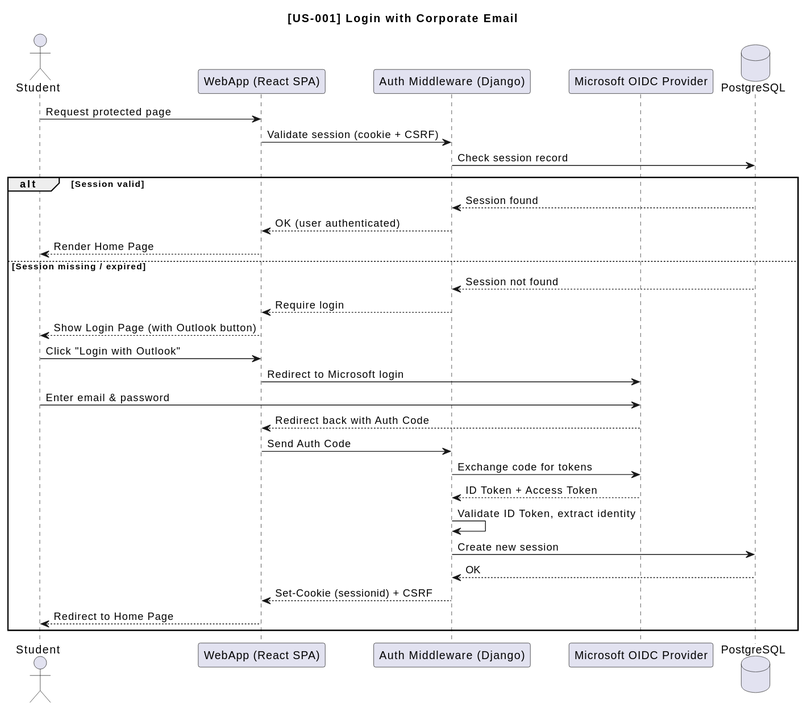
The PlantUML diagram docs/architecture/uml/sequence-us001-login.svg in ukma-cs-ssdm-2025/rate-ukma, before a commit.
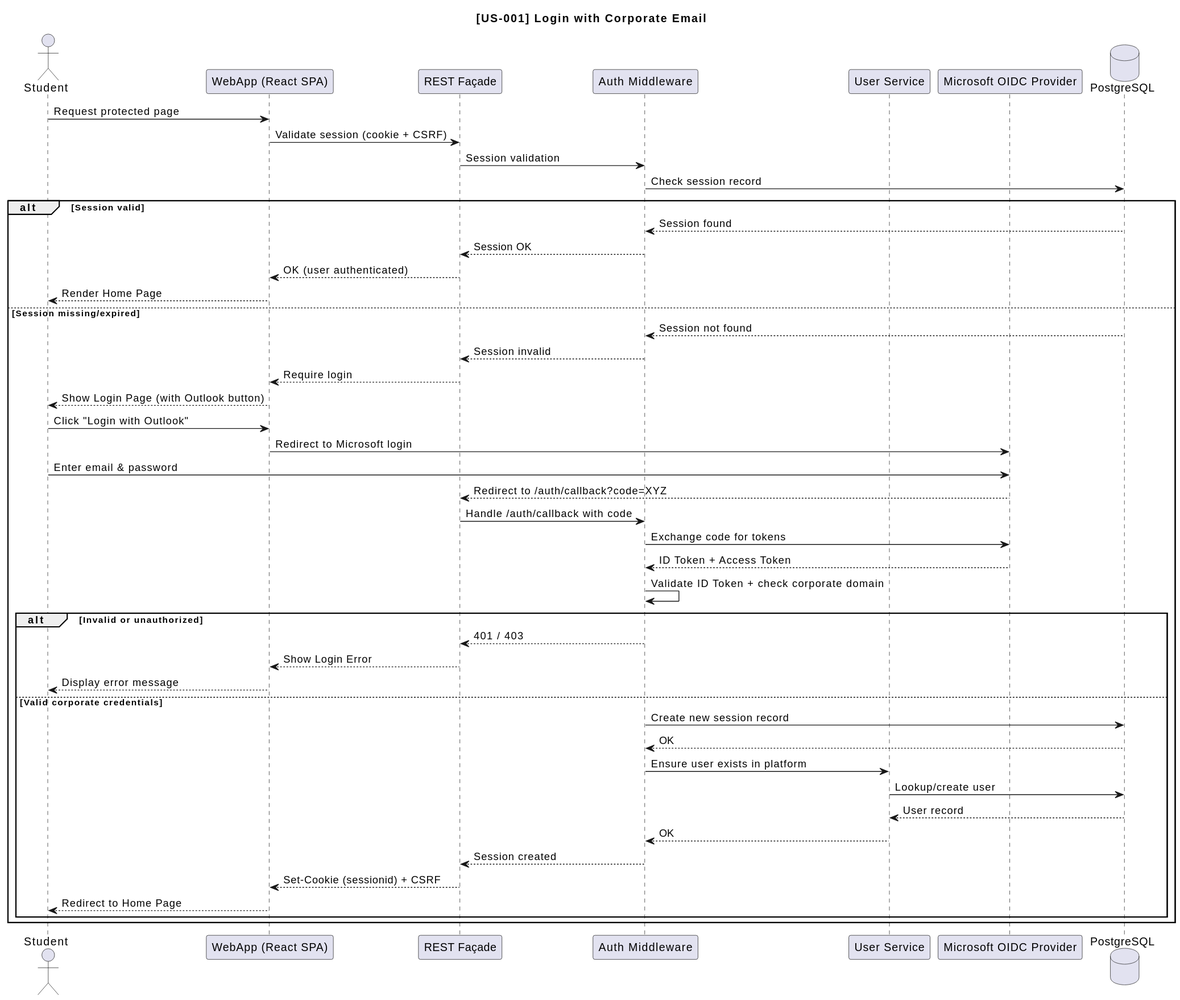
After the commit.

Commit message:
docs(#30): add rest facade as element, add details to bad flows in US-001

Diff of the diagram source:
```diff
@@ -3,36 +3,53 @@
 
 actor Student
 participant "WebApp (React SPA)" as WebApp
-participant "Auth Middleware (Django)" as Auth
+participant "REST Façade" as RestFacade
+participant "Auth Middleware" as Auth
+participant "User Service" as UserService
 participant "Microsoft OIDC Provider" as OIDC
 database "PostgreSQL" as DB
 
 Student -> WebApp : Request protected page
-WebApp -> Auth : Validate session (cookie + CSRF)
+WebApp -> RestFacade : Validate session (cookie + CSRF)
+RestFacade -> Auth : Session validation
 Auth -> DB : Check session record
 
 alt Session valid
   DB --> Auth : Session found
-  Auth --> WebApp : OK (user authenticated)
+  Auth --> RestFacade : Session OK
+  RestFacade --> WebApp : OK (user authenticated)
   WebApp --> Student : Render Home Page
 
-else Session missing / expired
+else Session missing/expired
   DB --> Auth : Session not found
-  Auth --> WebApp : Require login
+  Auth --> RestFacade : Session invalid
+  RestFacade --> WebApp : Require login
   WebApp --> Student : Show Login Page (with Outlook button)
 
   Student -> WebApp : Click "Login with Outlook"
   WebApp -> OIDC : Redirect to Microsoft login
   Student -> OIDC : Enter email & password
-  OIDC --> WebApp : Redirect back with Auth Code
-  WebApp -> Auth : Send Auth Code
+  OIDC --> RestFacade : Redirect to /auth/callback?code=XYZ
+  RestFacade -> Auth : Handle /auth/callback with code
   Auth -> OIDC : Exchange code for tokens
   OIDC --> Auth : ID Token + Access Token
+  Auth -> Auth : Validate ID Token + check corporate domain
 
-  Auth -> Auth : Validate ID Token, extract identity
-  Auth -> DB : Create new session
-  DB --> Auth : OK
-  Auth --> WebApp : Set-Cookie (sessionid) + CSRF
-  WebApp --> Student : Redirect to Home Page
+  alt Invalid or unauthorized
+    Auth --> RestFacade : 401 / 403
+    RestFacade --> WebApp : Show Login Error
+    WebApp --> Student : Display error message
+
+  else Valid corporate credentials
+    Auth -> DB : Create new session record
+    DB --> Auth : OK
+    Auth -> UserService : Ensure user exists in platform
+    UserService -> DB : Lookup/create user
+    DB --> UserService : User record
+    UserService --> Auth : OK
+    Auth --> RestFacade : Session created
+    RestFacade --> WebApp : Set-Cookie (sessionid) + CSRF
+    WebApp --> Student : Redirect to Home Page
+  end
 end
 @enduml
```
